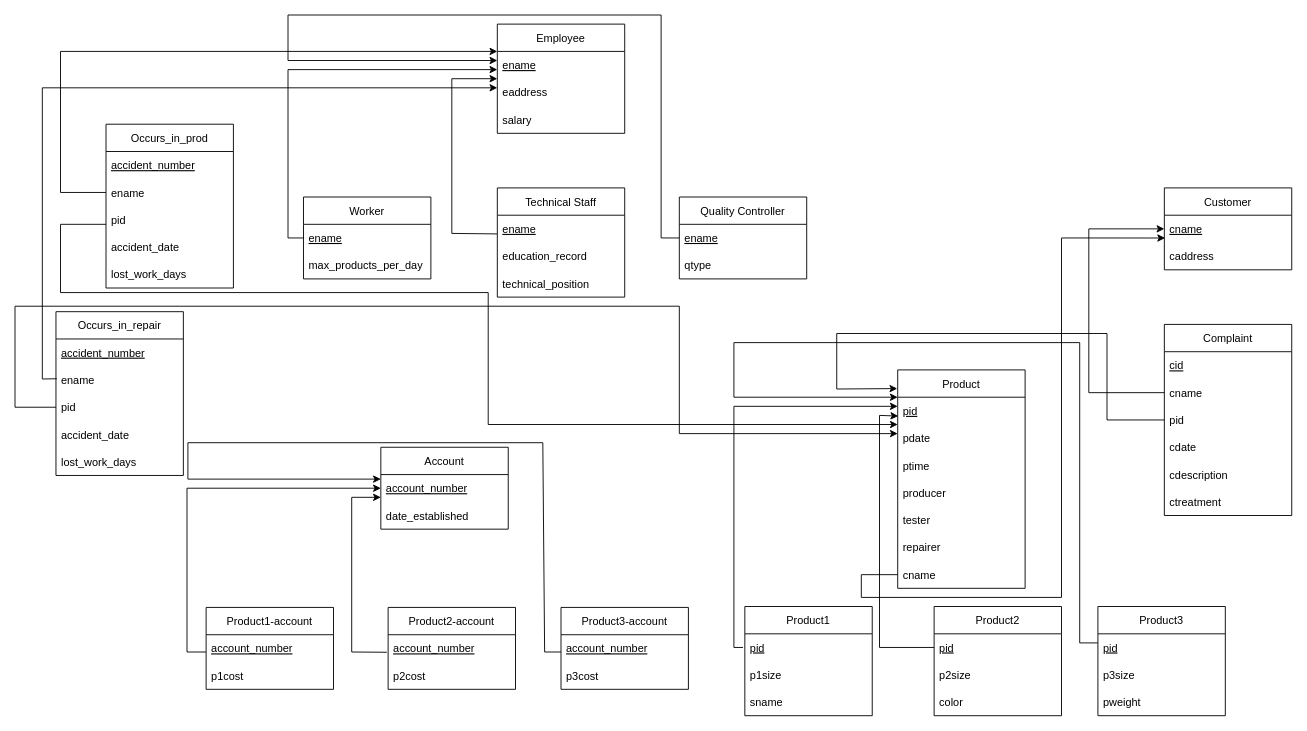
starrycode/ER-Diagrams keeps this draw.io diagram as schema_diagram.drawio. Above is the earlier version. Source tidied: cells renumbered, new cells numbered last; positions are measured from the earlier drawing's top-left corner, leaving out a move shared by most shapes. Both pictures are drawn from the tidied source at 91%, with x=0, y=0 at pixel (15, 15).
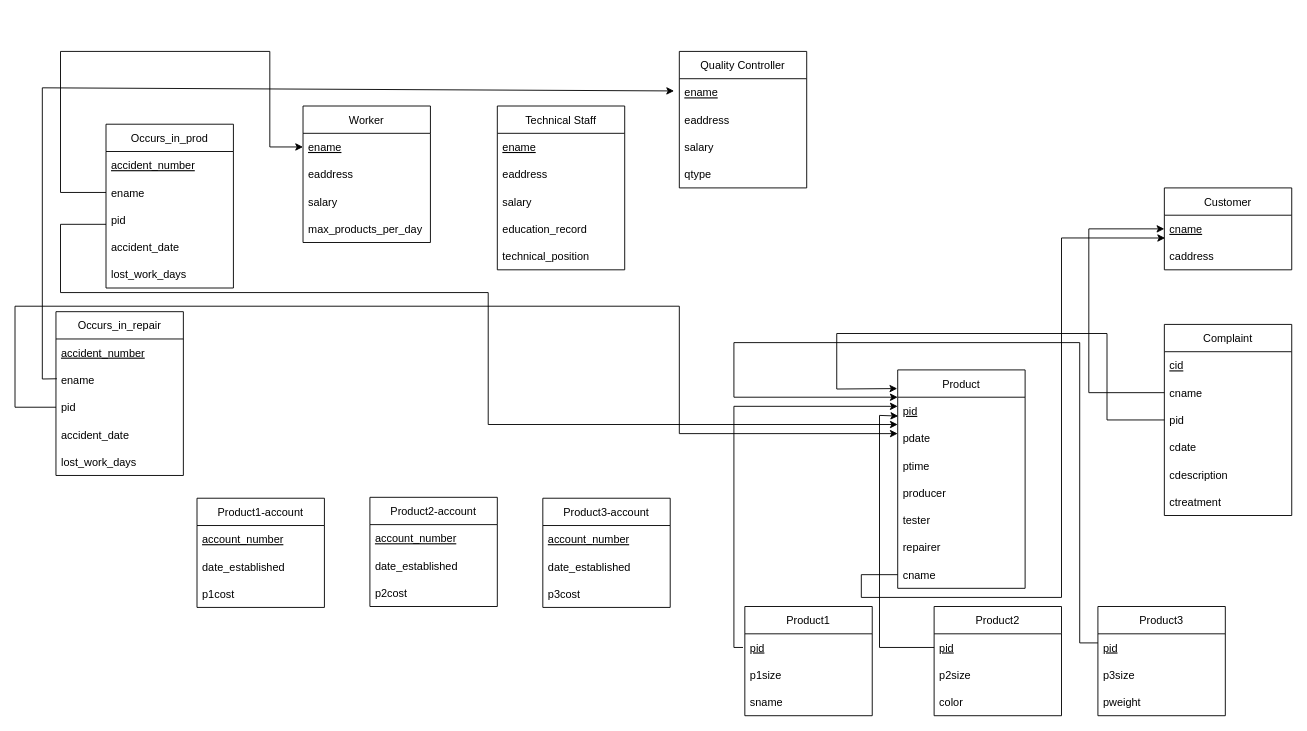
The same diagram, later.

Unchanged cells that the change refers to:
```xml
<mxCell id="3" value="ename" style="text;strokeColor=none;fillColor=none;align=left;verticalAlign=middle;spacingLeft=4;spacingRight=4;overflow=hidden;points=[[0,0.5],[1,0.5]];portConstraint=eastwest;fontStyle=4;" parent="2" vertex="1">
  <mxGeometry y="30" width="140" height="30" as="geometry" />
</mxCell>
<mxCell id="32" value="ename" style="text;strokeColor=none;fillColor=none;align=left;verticalAlign=middle;spacingLeft=4;spacingRight=4;overflow=hidden;points=[[0,0.5],[1,0.5]];portConstraint=eastwest;fontStyle=0;" parent="30" vertex="1">
  <mxGeometry y="60" width="140" height="30" as="geometry" />
</mxCell>
<mxCell id="50" value="ename" style="text;strokeColor=none;fillColor=none;align=left;verticalAlign=middle;spacingLeft=4;spacingRight=4;overflow=hidden;points=[[0,0.5],[1,0.5]];portConstraint=eastwest;fontStyle=4;" parent="49" vertex="1">
  <mxGeometry y="30" width="140" height="30" as="geometry" />
</mxCell>
<mxCell id="54" value="ename" style="text;strokeColor=none;fillColor=none;align=left;verticalAlign=middle;spacingLeft=4;spacingRight=4;overflow=hidden;points=[[0,0.5],[1,0.5]];portConstraint=eastwest;fontStyle=4;" parent="53" vertex="1">
  <mxGeometry y="30" width="140" height="30" as="geometry" />
</mxCell>
<mxCell id="60" value="account_number" style="text;strokeColor=none;fillColor=none;align=left;verticalAlign=middle;spacingLeft=4;spacingRight=4;overflow=hidden;points=[[0,0.5],[1,0.5]];portConstraint=eastwest;fontStyle=4;" parent="59" vertex="1">
  <mxGeometry y="30" width="140" height="30" as="geometry" />
</mxCell>
<mxCell id="75" value="ename" style="text;strokeColor=none;fillColor=none;align=left;verticalAlign=middle;spacingLeft=4;spacingRight=4;overflow=hidden;points=[[0,0.5],[1,0.5]];portConstraint=eastwest;fontStyle=0;" parent="73" vertex="1">
  <mxGeometry y="60" width="140" height="30" as="geometry" />
</mxCell>
```

Change to the diagram source:
```diff
@@
     <mxCell id="2" value="Worker" style="swimlane;fontStyle=0;horizontal=1;startSize=30;" parent="1" vertex="1">
-      <mxGeometry x="317" y="200" width="140" height="90" as="geometry" />
+      <mxGeometry x="316.5" y="100" width="140" height="150" as="geometry" />
     </mxCell>
@@
-    <mxCell id="4" value="max_products_per_day" style="text;strokeColor=none;fillColor=none;align=left;verticalAlign=middle;spacingLeft=4;spacingRight=4;overflow=hidden;" parent="2" vertex="1">
+    <mxCell id="4" value="eaddress" style="text;strokeColor=none;fillColor=none;align=left;verticalAlign=middle;spacingLeft=4;spacingRight=4;overflow=hidden;" parent="2" vertex="1">
       <mxGeometry y="60" width="140" height="30" as="geometry" />
     </mxCell>
-    <mxCell id="5" value="Employee" style="swimlane;fontStyle=0;horizontal=1;startSize=30;" parent="1" vertex="1">
-      <mxGeometry x="530" y="10" width="140" height="120" as="geometry" />
-    </mxCell>
-    <mxCell id="6" value="ename" style="text;strokeColor=none;fillColor=none;align=left;verticalAlign=middle;spacingLeft=4;spacingRight=4;overflow=hidden;fontStyle=4;" parent="5" vertex="1">
-      <mxGeometry y="30" width="140" height="30" as="geometry" />
-    </mxCell>
-    <mxCell id="7" value="eaddress" style="text;strokeColor=none;fillColor=none;align=left;verticalAlign=middle;spacingLeft=4;spacingRight=4;overflow=hidden;fontStyle=0;" parent="5" vertex="1">
-      <mxGeometry y="60" width="140" height="30" as="geometry" />
-    </mxCell>
-    <mxCell id="8" value="salary" style="text;strokeColor=none;fillColor=none;align=left;verticalAlign=middle;spacingLeft=4;spacingRight=4;overflow=hidden;" parent="5" vertex="1">
-      <mxGeometry y="90" width="140" height="30" as="geometry" />
-    </mxCell>
-    <mxCell id="9" value="Account" style="swimlane;fontStyle=0;horizontal=1;startSize=30;" parent="1" vertex="1">
-      <mxGeometry x="402" y="475" width="140" height="90" as="geometry" />
-    </mxCell>
-    <mxCell id="10" value="account_number" style="text;strokeColor=none;fillColor=none;align=left;verticalAlign=middle;spacingLeft=4;spacingRight=4;overflow=hidden;fontStyle=4;" parent="9" vertex="1">
-      <mxGeometry y="30" width="140" height="30" as="geometry" />
-    </mxCell>
-    <mxCell id="11" value="date_established" style="text;strokeColor=none;fillColor=none;align=left;verticalAlign=middle;spacingLeft=4;spacingRight=4;overflow=hidden;fontStyle=0;" parent="9" vertex="1">
-      <mxGeometry y="60" width="140" height="30" as="geometry" />
-    </mxCell>
+    <mxCell id="86" value="salary" style="text;strokeColor=none;fillColor=none;align=left;verticalAlign=middle;spacingLeft=4;spacingRight=4;overflow=hidden;" parent="2" vertex="1">
+      <mxGeometry y="90" width="140" height="30" as="geometry" />
+    </mxCell>
+    <mxCell id="87" value="max_products_per_day" style="text;strokeColor=none;fillColor=none;align=left;verticalAlign=middle;spacingLeft=4;spacingRight=4;overflow=hidden;" parent="2" vertex="1">
+      <mxGeometry y="120" width="140" height="30" as="geometry" />
+    </mxCell>
@@
-    <mxCell id="48" style="endArrow=classic;html=1;rounded=0;exitX=0;exitY=0.5;exitDx=0;exitDy=0;" parent="1" edge="1" source="3">
-      <mxGeometry relative="1" as="geometry">
-        <mxPoint x="530" y="60" as="targetPoint" />
-        <Array as="points">
-          <mxPoint x="300" y="245" />
-          <mxPoint x="300" y="60" />
-        </Array>
-      </mxGeometry>
-    </mxCell>
     <mxCell id="49" value="Technical Staff" style="swimlane;fontStyle=0;horizontal=1;startSize=30;" parent="1" vertex="1">
-      <mxGeometry x="530" y="190" width="140" height="120" as="geometry" />
+      <mxGeometry x="530" y="100" width="140" height="180" as="geometry" />
     </mxCell>
@@
+    <mxCell id="88" value="eaddress" style="text;strokeColor=none;fillColor=none;align=left;verticalAlign=middle;spacingLeft=4;spacingRight=4;overflow=hidden;" parent="49" vertex="1">
+      <mxGeometry y="60" width="140" height="30" as="geometry" />
+    </mxCell>
+    <mxCell id="89" value="salary" style="text;strokeColor=none;fillColor=none;align=left;verticalAlign=middle;spacingLeft=4;spacingRight=4;overflow=hidden;" parent="49" vertex="1">
+      <mxGeometry y="90" width="140" height="30" as="geometry" />
+    </mxCell>
     <mxCell id="51" value="education_record" style="text;strokeColor=none;fillColor=none;align=left;verticalAlign=middle;spacingLeft=4;spacingRight=4;overflow=hidden;" parent="49" vertex="1">
-      <mxGeometry y="60" width="140" height="30" as="geometry" />
+      <mxGeometry y="120" width="140" height="30" as="geometry" />
     </mxCell>
     <mxCell id="52" value="technical_position" style="text;strokeColor=none;fillColor=none;align=left;verticalAlign=middle;spacingLeft=4;spacingRight=4;overflow=hidden;" parent="49" vertex="1">
-      <mxGeometry y="90" width="140" height="30" as="geometry" />
+      <mxGeometry y="150" width="140" height="30" as="geometry" />
     </mxCell>
     <mxCell id="53" value="Quality Controller" style="swimlane;fontStyle=0;horizontal=1;startSize=30;" parent="1" vertex="1">
-      <mxGeometry x="730" y="200" width="140" height="90" as="geometry" />
+      <mxGeometry x="730" y="40" width="140" height="150" as="geometry" />
     </mxCell>
@@
+    <mxCell id="90" value="eaddress" style="text;strokeColor=none;fillColor=none;align=left;verticalAlign=middle;spacingLeft=4;spacingRight=4;overflow=hidden;" parent="53" vertex="1">
+      <mxGeometry y="60" width="140" height="30" as="geometry" />
+    </mxCell>
+    <mxCell id="91" value="salary" style="text;strokeColor=none;fillColor=none;align=left;verticalAlign=middle;spacingLeft=4;spacingRight=4;overflow=hidden;" parent="53" vertex="1">
+      <mxGeometry y="90" width="140" height="30" as="geometry" />
+    </mxCell>
     <mxCell id="55" value="qtype" style="text;strokeColor=none;fillColor=none;align=left;verticalAlign=middle;spacingLeft=4;spacingRight=4;overflow=hidden;" parent="53" vertex="1">
-      <mxGeometry y="60" width="140" height="30" as="geometry" />
+      <mxGeometry y="120" width="140" height="30" as="geometry" />
     </mxCell>
     <mxCell id="56" value="Product1-account" style="swimlane;fontStyle=0;horizontal=1;startSize=30;" parent="1" vertex="1">
-      <mxGeometry x="210" y="651" width="140" height="90" as="geometry" />
+      <mxGeometry x="200" y="531" width="140" height="120" as="geometry" />
     </mxCell>
@@
+    <mxCell id="92" value="date_established" style="text;strokeColor=none;fillColor=none;align=left;verticalAlign=middle;spacingLeft=4;spacingRight=4;overflow=hidden;fontStyle=0;" parent="56" vertex="1">
+      <mxGeometry y="60" width="140" height="30" as="geometry" />
+    </mxCell>
     <mxCell id="58" value="p1cost" style="text;strokeColor=none;fillColor=none;align=left;verticalAlign=middle;spacingLeft=4;spacingRight=4;overflow=hidden;" parent="56" vertex="1">
-      <mxGeometry y="60" width="140" height="30" as="geometry" />
+      <mxGeometry y="90" width="140" height="30" as="geometry" />
     </mxCell>
     <mxCell id="59" value="Product2-account" style="swimlane;fontStyle=0;horizontal=1;startSize=30;" parent="1" vertex="1">
-      <mxGeometry x="410" y="651" width="140" height="90" as="geometry" />
+      <mxGeometry x="390" y="530" width="140" height="120" as="geometry" />
     </mxCell>
@@
+    <mxCell id="93" value="date_established" style="text;strokeColor=none;fillColor=none;align=left;verticalAlign=middle;spacingLeft=4;spacingRight=4;overflow=hidden;fontStyle=0;" parent="59" vertex="1">
+      <mxGeometry y="60" width="140" height="30" as="geometry" />
+    </mxCell>
     <mxCell id="61" value="p2cost" style="text;strokeColor=none;fillColor=none;align=left;verticalAlign=middle;spacingLeft=4;spacingRight=4;overflow=hidden;" parent="59" vertex="1">
-      <mxGeometry y="60" width="140" height="30" as="geometry" />
+      <mxGeometry y="90" width="140" height="30" as="geometry" />
     </mxCell>
     <mxCell id="62" value="Product3-account" style="swimlane;fontStyle=0;horizontal=1;startSize=30;" parent="1" vertex="1">
-      <mxGeometry x="600" y="651" width="140" height="90" as="geometry" />
+      <mxGeometry x="580" y="531" width="140" height="120" as="geometry" />
     </mxCell>
@@
+    <mxCell id="94" value="date_established" style="text;strokeColor=none;fillColor=none;align=left;verticalAlign=middle;spacingLeft=4;spacingRight=4;overflow=hidden;fontStyle=0;" parent="62" vertex="1">
+      <mxGeometry y="60" width="140" height="30" as="geometry" />
+    </mxCell>
     <mxCell id="64" value="p3cost" style="text;strokeColor=none;fillColor=none;align=left;verticalAlign=middle;spacingLeft=4;spacingRight=4;overflow=hidden;" parent="62" vertex="1">
-      <mxGeometry y="60" width="140" height="30" as="geometry" />
+      <mxGeometry y="90" width="140" height="30" as="geometry" />
     </mxCell>
-    <mxCell id="65" style="endArrow=classic;html=1;rounded=0;" parent="1" edge="1">
-      <mxGeometry relative="1" as="geometry">
-        <mxPoint x="730" y="245" as="sourcePoint" />
-        <mxPoint x="530" y="50" as="targetPoint" />
-        <Array as="points">
-          <mxPoint x="710" y="245" />
-          <mxPoint x="710" />
-          <mxPoint x="300" />
-          <mxPoint x="300" y="50" />
-        </Array>
-      </mxGeometry>
-    </mxCell>
-    <mxCell id="66" style="endArrow=classic;html=1;rounded=0;exitX=-0.002;exitY=0.685;exitDx=0;exitDy=0;exitPerimeter=0;" parent="1" edge="1" source="50">
-      <mxGeometry relative="1" as="geometry">
-        <mxPoint x="530" y="70" as="targetPoint" />
-        <Array as="points">
-          <mxPoint x="480" y="240" />
-          <mxPoint x="480" y="70" />
-        </Array>
-      </mxGeometry>
-    </mxCell>
-    <mxCell id="67" style="endArrow=classic;html=1;rounded=0;" parent="1" edge="1">
-      <mxGeometry relative="1" as="geometry">
-        <mxPoint x="210" y="700" as="sourcePoint" />
-        <mxPoint x="402" y="520" as="targetPoint" />
-        <Array as="points">
-          <mxPoint x="189" y="700" />
-          <mxPoint x="189" y="520" />
-        </Array>
-      </mxGeometry>
-    </mxCell>
-    <mxCell id="68" style="endArrow=classic;html=1;rounded=0;" parent="1" edge="1">
-      <mxGeometry relative="1" as="geometry">
-        <mxPoint x="600" y="700" as="sourcePoint" />
-        <mxPoint x="402" y="510" as="targetPoint" />
-        <Array as="points">
-          <mxPoint x="582" y="700" />
-          <mxPoint x="580" y="470" />
-          <mxPoint x="190" y="470" />
-          <mxPoint x="190" y="510" />
-        </Array>
-      </mxGeometry>
-    </mxCell>
-    <mxCell id="69" style="endArrow=classic;html=1;rounded=0;exitX=-0.01;exitY=0.642;exitDx=0;exitDy=0;exitPerimeter=0;" parent="1" edge="1" source="60">
-      <mxGeometry relative="1" as="geometry">
-        <mxPoint x="402" y="530" as="targetPoint" />
-        <Array as="points">
-          <mxPoint x="370" y="700" />
-          <mxPoint x="370" y="530" />
-        </Array>
-      </mxGeometry>
-    </mxCell>
@@
-    <mxCell id="83" style="endArrow=classic;html=1;rounded=0;exitX=0;exitY=0.5;exitDx=0;exitDy=0;" parent="1" edge="1" source="75">
+    <mxCell id="83" style="endArrow=classic;html=1;rounded=0;exitX=0;exitY=0.5;exitDx=0;exitDy=0;entryX=0;entryY=0.5;entryDx=0;entryDy=0;" parent="1" edge="1" source="75" target="3">
       <mxGeometry relative="1" as="geometry">
-        <mxPoint x="530" y="40" as="targetPoint" />
         <Array as="points">
           <mxPoint x="50" y="195" />
           <mxPoint x="50" y="40" />
+          <mxPoint x="280" y="40" />
+          <mxPoint x="280" y="145" />
         </Array>
       </mxGeometry>
     </mxCell>
-    <mxCell id="84" style="endArrow=classic;html=1;rounded=0;exitX=0.007;exitY=0.457;exitDx=0;exitDy=0;exitPerimeter=0;" parent="1" edge="1" source="32">
+    <mxCell id="84" style="endArrow=classic;html=1;rounded=0;exitX=0.007;exitY=0.457;exitDx=0;exitDy=0;exitPerimeter=0;entryX=-0.041;entryY=0.448;entryDx=0;entryDy=0;entryPerimeter=0;" parent="1" edge="1" source="32" target="54">
       <mxGeometry relative="1" as="geometry">
-        <mxPoint x="530" y="80" as="targetPoint" />
         <Array as="points">
           <mxPoint x="30" y="400" />
           <mxPoint x="30" y="80" />
         </Array>
       </mxGeometry>
     </mxCell>
```
